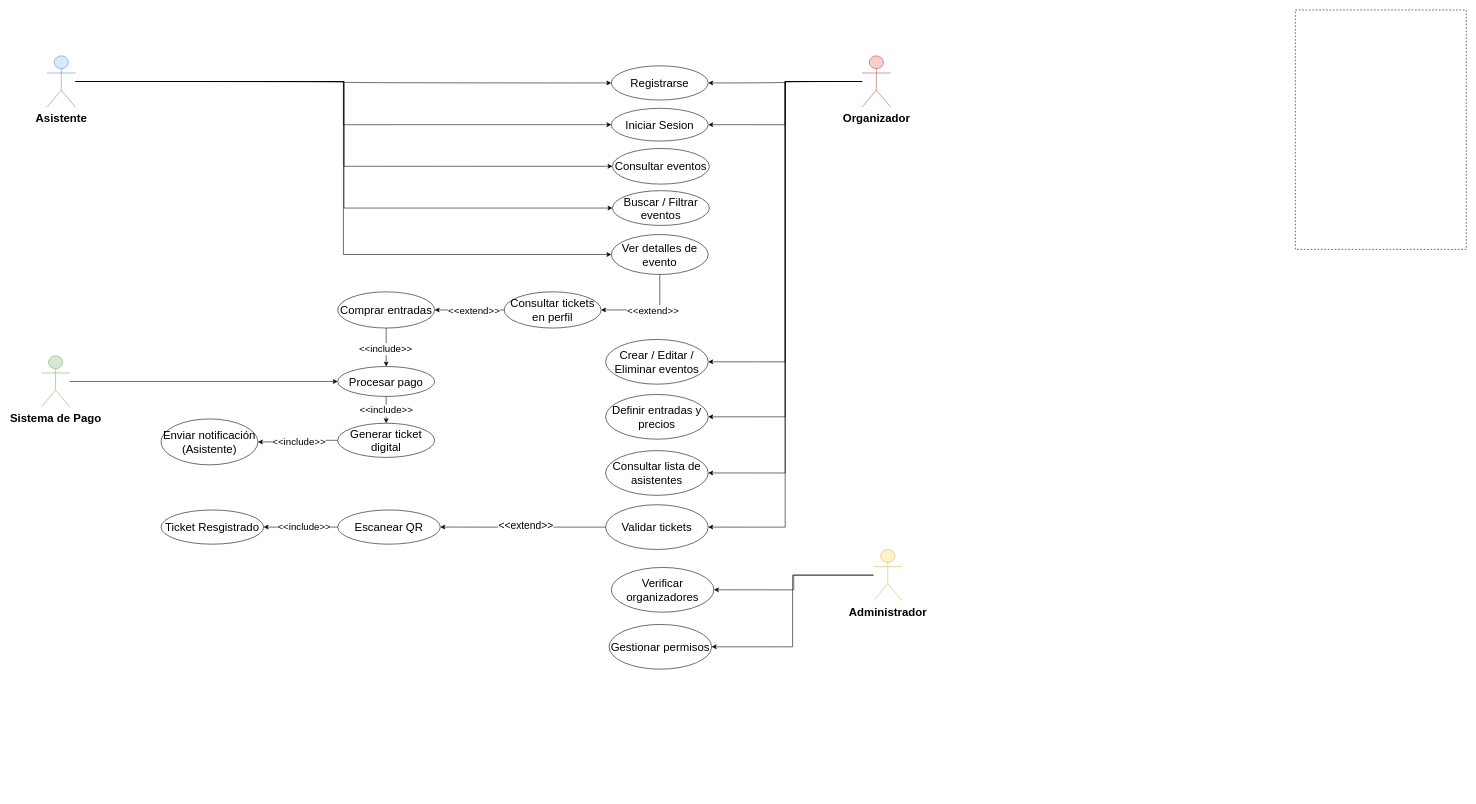
Asnarck7/Diagramas keeps this draw.io diagram as Diagrama_caso_usoPUMFEST.drawio. Above is the earlier version. Source tidied: cells renumbered, new cells numbered last; positions are measured from the earlier drawing's top-left corner, leaving out a move shared by most shapes. Both pictures are drawn from the tidied source at 57%, with x=0, y=0 at pixel (41, 10).
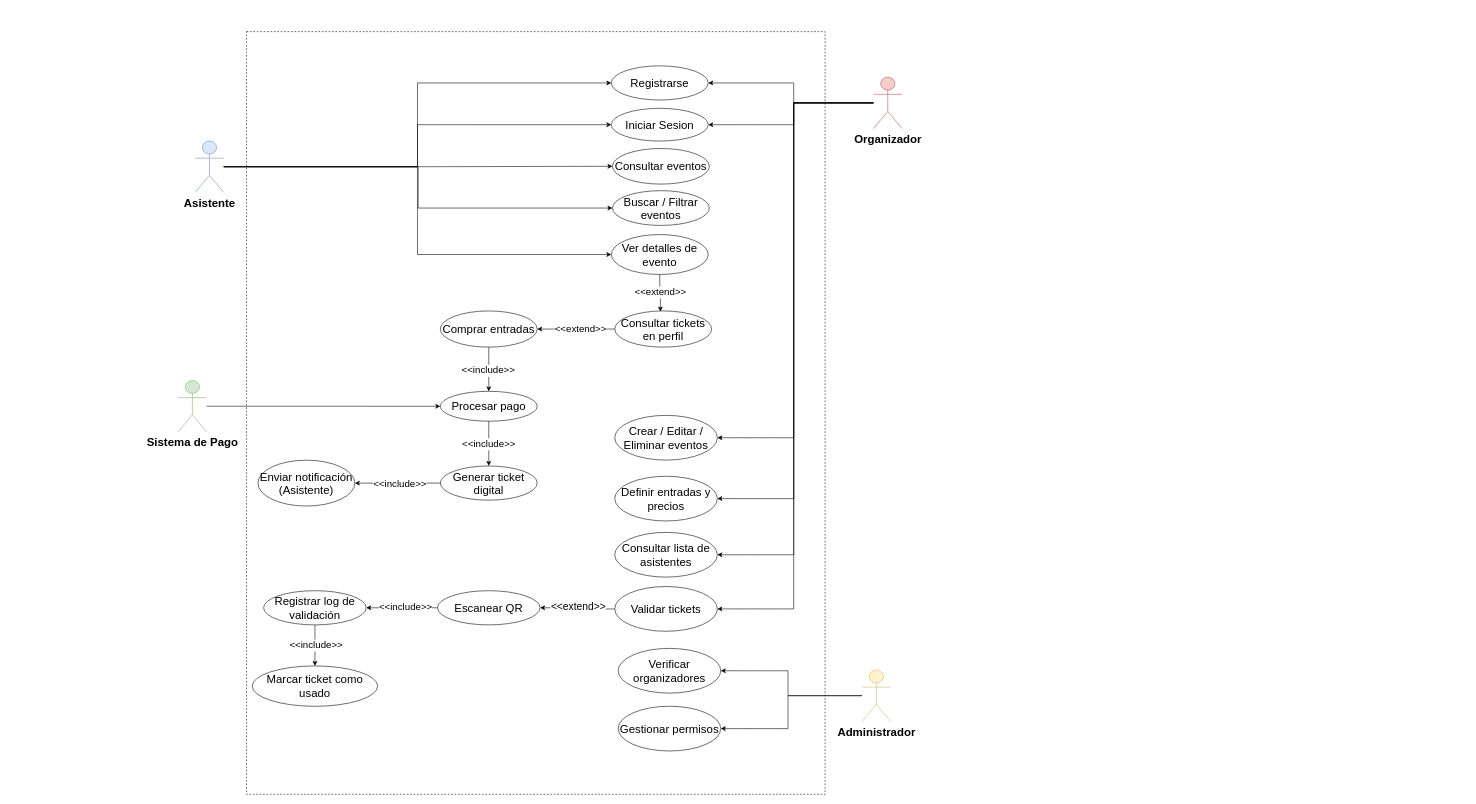
After the change.

The change refers to these unchanged cells:
```xml
<mxCell id="18" value="&lt;font style=&quot;font-size: 20px;&quot;&gt;Registrarse&lt;/font&gt;" style="ellipse;whiteSpace=wrap;html=1;fillColor=none;" parent="1" vertex="1">
  <mxGeometry x="1000" y="98" width="170" height="60" as="geometry" />
</mxCell>
<mxCell id="19" value="&lt;font style=&quot;font-size: 20px;&quot;&gt;Iniciar Sesion&lt;/font&gt;" style="ellipse;whiteSpace=wrap;html=1;fillColor=none;" parent="1" vertex="1">
  <mxGeometry x="1000" y="172.5" width="170" height="57.5" as="geometry" />
</mxCell>
<mxCell id="24" value="&lt;font&gt;Ver detalles de evento&lt;/font&gt;" style="ellipse;whiteSpace=wrap;html=1;fillColor=none;fontSize=20;" parent="1" vertex="1">
  <mxGeometry x="1000" y="394" width="170" height="70" as="geometry" />
</mxCell>
```

What changed in the source:
```diff
@@
     <mxCell id="2" style="rounded=0;whiteSpace=wrap;html=1;fillColor=none;dashed=1;" parent="1" vertex="1">
-      <mxGeometry x="2200" width="300" height="420" as="geometry" />
+      <mxGeometry x="360" y="38" width="1015" height="1338" as="geometry" />
     </mxCell>
-    <mxCell id="3" style="edgeStyle=orthogonalEdgeStyle;rounded=0;jettySize=auto;html=1;entryX=0;entryY=0.5;entryDx=0;entryDy=0;fontFamily=Helvetica;fontSize=12;fontColor=default;curved=1;" parent="1" edge="1" source="8" target="18">
+    <mxCell id="3" style="edgeStyle=orthogonalEdgeStyle;rounded=0;jettySize=auto;html=1;entryX=0;entryY=0.5;entryDx=0;entryDy=0;fontFamily=Helvetica;fontSize=12;fontColor=default;" parent="1" edge="1" source="8" target="18">
       <mxGeometry relative="1" as="geometry" />
     </mxCell>
@@
     <mxCell id="8" value="&lt;font style=&quot;font-size: 20px;&quot;&gt;Asistente&lt;/font&gt;" style="shape=umlActor;verticalLabelPosition=bottom;verticalAlign=top;html=1;outlineConnect=0;fillColor=#dae8fc;strokeColor=#6c8ebf;fontStyle=1;" parent="1" vertex="1">
-      <mxGeometry x="10" y="80.5" width="50" height="90" as="geometry" />
+      <mxGeometry x="270" y="230" width="50" height="90" as="geometry" />
     </mxCell>
-    <mxCell id="9" style="edgeStyle=orthogonalEdgeStyle;rounded=0;jettySize=auto;html=1;entryX=1;entryY=0.5;entryDx=0;entryDy=0;fontFamily=Helvetica;fontSize=12;fontColor=default;curved=1;" parent="1" edge="1" source="15" target="18">
-      <mxGeometry relative="1" as="geometry" />
+    <mxCell id="9" style="edgeStyle=orthogonalEdgeStyle;rounded=0;jettySize=auto;html=1;entryX=1;entryY=0.5;entryDx=0;entryDy=0;fontFamily=Helvetica;fontSize=12;fontColor=default;" parent="1" edge="1" source="15" target="18">
+      <mxGeometry relative="1" as="geometry">
+        <Array as="points">
+          <mxPoint x="1320" y="163" />
+          <mxPoint x="1320" y="128" />
+        </Array>
+      </mxGeometry>
     </mxCell>
     <mxCell id="10" style="edgeStyle=orthogonalEdgeStyle;rounded=0;jettySize=auto;html=1;entryX=1;entryY=0.5;entryDx=0;entryDy=0;fontFamily=Helvetica;fontSize=12;fontColor=default;" parent="1" edge="1" source="15" target="19">
-      <mxGeometry relative="1" as="geometry" />
+      <mxGeometry relative="1" as="geometry">
+        <Array as="points">
+          <mxPoint x="1320" y="163" />
+          <mxPoint x="1320" y="201" />
+        </Array>
+      </mxGeometry>
     </mxCell>
     <mxCell id="11" style="edgeStyle=orthogonalEdgeStyle;rounded=0;jettySize=auto;html=1;entryX=1;entryY=0.5;entryDx=0;entryDy=0;fontFamily=Helvetica;fontSize=12;fontColor=default;" parent="1" edge="1" source="15" target="38">
-      <mxGeometry relative="1" as="geometry" />
+      <mxGeometry relative="1" as="geometry">
+        <Array as="points">
+          <mxPoint x="1320" y="163" />
+          <mxPoint x="1320" y="751" />
+        </Array>
+      </mxGeometry>
     </mxCell>
-    <mxCell id="12" style="edgeStyle=orthogonalEdgeStyle;rounded=0;jettySize=auto;html=1;fontFamily=Helvetica;fontSize=12;fontColor=default;entryX=1;entryY=0.5;entryDx=0;entryDy=0;" parent="1" edge="1" source="15" target="39">
-      <mxGeometry relative="1" as="geometry" />
+    <mxCell id="12" style="edgeStyle=orthogonalEdgeStyle;rounded=0;jettySize=auto;html=1;entryX=1;entryY=0.5;entryDx=0;entryDy=0;fontFamily=Helvetica;fontSize=12;fontColor=default;" parent="1" edge="1" source="15" target="39">
+      <mxGeometry relative="1" as="geometry">
+        <Array as="points">
+          <mxPoint x="1320" y="163" />
+          <mxPoint x="1320" y="857" />
+        </Array>
+      </mxGeometry>
     </mxCell>
     <mxCell id="13" style="edgeStyle=orthogonalEdgeStyle;rounded=0;jettySize=auto;html=1;entryX=1;entryY=0.5;entryDx=0;entryDy=0;fontFamily=Helvetica;fontSize=12;fontColor=default;" parent="1" edge="1" source="15" target="40">
-      <mxGeometry relative="1" as="geometry" />
+      <mxGeometry relative="1" as="geometry">
+        <Array as="points">
+          <mxPoint x="1320" y="163" />
+          <mxPoint x="1320" y="956" />
+        </Array>
+      </mxGeometry>
     </mxCell>
     <mxCell id="14" style="edgeStyle=orthogonalEdgeStyle;rounded=0;jettySize=auto;html=1;entryX=1;entryY=0.5;entryDx=0;entryDy=0;fontFamily=Helvetica;fontSize=12;fontColor=default;" parent="1" edge="1" source="15" target="43">
-      <mxGeometry relative="1" as="geometry" />
+      <mxGeometry relative="1" as="geometry">
+        <Array as="points">
+          <mxPoint x="1320" y="163" />
+          <mxPoint x="1320" y="1051" />
+        </Array>
+      </mxGeometry>
     </mxCell>
     <mxCell id="15" value="&lt;font style=&quot;font-size: 20px;&quot;&gt;Organizador&lt;/font&gt;" style="shape=umlActor;verticalLabelPosition=bottom;verticalAlign=top;html=1;outlineConnect=0;fontStyle=1;fillColor=#f8cecc;strokeColor=#b85450;" parent="1" vertex="1">
-      <mxGeometry x="1440" y="80.5" width="50" height="90" as="geometry" />
+      <mxGeometry x="1460" y="118" width="50" height="90" as="geometry" />
     </mxCell>
@@
     <mxCell id="17" value="&lt;font&gt;Sistema de Pago&lt;/font&gt;" style="shape=umlActor;verticalLabelPosition=bottom;verticalAlign=top;html=1;outlineConnect=0;fontStyle=1;fontSize=20;fillColor=#d5e8d4;strokeColor=#82b366;" parent="1" vertex="1">
-      <mxGeometry y="606.8" width="50" height="90" as="geometry" />
+      <mxGeometry x="240" y="650.2" width="50" height="90" as="geometry" />
     </mxCell>
@@
-    <mxCell id="22" style="edgeStyle=orthogonalEdgeStyle;rounded=0;jettySize=auto;html=1;entryX=1;entryY=0.5;entryDx=0;entryDy=0;fontFamily=Helvetica;fontSize=20;fontColor=default;exitX=0.5;exitY=1;exitDx=0;exitDy=0;" parent="1" edge="1" source="24" target="30">
+    <mxCell id="22" style="edgeStyle=orthogonalEdgeStyle;rounded=0;jettySize=auto;html=1;entryX=0.471;entryY=0.018;entryDx=0;entryDy=0;fontFamily=Helvetica;fontSize=20;fontColor=default;exitX=0.5;exitY=1;exitDx=0;exitDy=0;entryPerimeter=0;" parent="1" edge="1" source="24" target="30">
       <mxGeometry relative="1" as="geometry" />
     </mxCell>
@@
     <mxCell id="27" value="&lt;font&gt;Comprar entradas&lt;/font&gt;" style="ellipse;whiteSpace=wrap;html=1;fillColor=none;fontSize=20;" parent="1" vertex="1">
-      <mxGeometry x="520" y="494.5" width="170" height="63.5" as="geometry" />
+      <mxGeometry x="700" y="528" width="170" height="63.5" as="geometry" />
     </mxCell>
@@
     <mxCell id="30" value="&lt;font&gt;Consultar tickets en perfil&lt;/font&gt;" style="ellipse;whiteSpace=wrap;html=1;fillColor=none;fontSize=20;" parent="1" vertex="1">
-      <mxGeometry x="812" y="494.5" width="170" height="63.5" as="geometry" />
+      <mxGeometry x="1006" y="528" width="170" height="63.5" as="geometry" />
     </mxCell>
@@
     <mxCell id="33" value="&lt;font&gt;Generar ticket digital&lt;/font&gt;" style="ellipse;whiteSpace=wrap;html=1;fillColor=none;fontSize=20;" parent="1" vertex="1">
-      <mxGeometry x="520" y="725" width="170" height="60" as="geometry" />
+      <mxGeometry x="700" y="800" width="170" height="60" as="geometry" />
     </mxCell>
     <mxCell id="34" value="&lt;font&gt;Enviar notificación&lt;/font&gt;&lt;div&gt;&lt;font&gt;(Asistente)&lt;/font&gt;&lt;/div&gt;" style="ellipse;whiteSpace=wrap;html=1;fillColor=none;fontSize=20;" parent="1" vertex="1">
-      <mxGeometry x="210" y="717.5" width="170" height="80.5" as="geometry" />
+      <mxGeometry x="380" y="789.8" width="170" height="80.5" as="geometry" />
     </mxCell>
@@
     <mxCell id="37" value="&lt;font&gt;Procesar pago&lt;/font&gt;" style="ellipse;whiteSpace=wrap;html=1;fillColor=none;fontSize=20;" parent="1" vertex="1">
-      <mxGeometry x="520" y="625.5" width="170" height="52.5" as="geometry" />
+      <mxGeometry x="700" y="669" width="170" height="52.5" as="geometry" />
     </mxCell>
     <mxCell id="38" value="&lt;font&gt;Crear / Editar / Eliminar eventos&lt;/font&gt;" style="ellipse;whiteSpace=wrap;html=1;fillColor=none;fontSize=20;" parent="1" vertex="1">
-      <mxGeometry x="990" y="578" width="180" height="78.5" as="geometry" />
+      <mxGeometry x="1006" y="711.2" width="180" height="78.5" as="geometry" />
     </mxCell>
     <mxCell id="39" value="&lt;font&gt;Definir entradas y precios&lt;/font&gt;" style="ellipse;whiteSpace=wrap;html=1;fillColor=none;fontSize=20;" parent="1" vertex="1">
-      <mxGeometry x="990" y="674.5" width="180" height="78.5" as="geometry" />
+      <mxGeometry x="1006" y="818" width="180" height="78.5" as="geometry" />
     </mxCell>
     <mxCell id="40" value="&lt;font&gt;Consultar lista de asistentes&lt;/font&gt;" style="ellipse;whiteSpace=wrap;html=1;fillColor=none;fontSize=20;" parent="1" vertex="1">
-      <mxGeometry x="990" y="773" width="180" height="78.5" as="geometry" />
+      <mxGeometry x="1006" y="916.5" width="180" height="78.5" as="geometry" />
     </mxCell>
-    <mxCell id="41" style="edgeStyle=orthogonalEdgeStyle;rounded=0;jettySize=auto;html=1;fontFamily=Helvetica;fontSize=20;fontColor=default;" parent="1" edge="1" source="43" target="46">
+    <mxCell id="41" style="edgeStyle=orthogonalEdgeStyle;rounded=0;jettySize=auto;html=1;fontFamily=Helvetica;fontSize=20;fontColor=default;entryX=1;entryY=0.5;entryDx=0;entryDy=0;" parent="1" edge="1" source="43" target="46">
       <mxGeometry relative="1" as="geometry" />
     </mxCell>
@@
     <mxCell id="43" value="&lt;font&gt;Validar tickets&lt;/font&gt;" style="ellipse;whiteSpace=wrap;html=1;fillColor=none;fontSize=20;" parent="1" vertex="1">
-      <mxGeometry x="990" y="868" width="180" height="78.5" as="geometry" />
+      <mxGeometry x="1006" y="1011.5" width="180" height="78.5" as="geometry" />
     </mxCell>
@@
     <mxCell id="46" value="&lt;font&gt;Escanear QR&lt;/font&gt;" style="ellipse;whiteSpace=wrap;html=1;fillColor=none;fontSize=20;" parent="1" vertex="1">
-      <mxGeometry x="520" y="877.2" width="180" height="60" as="geometry" />
+      <mxGeometry x="695" y="1018.8" width="180" height="60" as="geometry" />
     </mxCell>
     <mxCell id="47" value="&lt;font&gt;Verificar organizadores&lt;/font&gt;" style="ellipse;whiteSpace=wrap;html=1;fillColor=none;fontSize=20;" parent="1" vertex="1">
-      <mxGeometry x="1000" y="978" width="180" height="78.5" as="geometry" />
+      <mxGeometry x="1012" y="1120" width="180" height="78.5" as="geometry" />
     </mxCell>
     <mxCell id="48" value="&lt;font&gt;Gestionar permisos&lt;/font&gt;" style="ellipse;whiteSpace=wrap;html=1;fillColor=none;fontSize=20;" parent="1" vertex="1">
-      <mxGeometry x="996" y="1078" width="180" height="78.5" as="geometry" />
+      <mxGeometry x="1012" y="1221.5" width="180" height="78.5" as="geometry" />
     </mxCell>
+    <mxCell id="50" style="edgeStyle=orthogonalEdgeStyle;rounded=0;jettySize=auto;html=1;entryX=1;entryY=0.5;entryDx=0;entryDy=0;fontFamily=Helvetica;fontSize=12;fontColor=default;" parent="1" edge="1" source="51" target="48">
+      <mxGeometry relative="1" as="geometry">
+        <Array as="points">
+          <mxPoint x="1310" y="1203" />
+          <mxPoint x="1310" y="1261" />
+        </Array>
+      </mxGeometry>
+    </mxCell>
     <mxCell id="49" style="edgeStyle=orthogonalEdgeStyle;rounded=0;jettySize=auto;html=1;entryX=1;entryY=0.5;entryDx=0;entryDy=0;fontFamily=Helvetica;fontSize=12;fontColor=default;" parent="1" edge="1" source="51" target="47">
-      <mxGeometry relative="1" as="geometry" />
+      <mxGeometry relative="1" as="geometry">
+        <Array as="points">
+          <mxPoint x="1310" y="1203" />
+          <mxPoint x="1310" y="1159" />
+        </Array>
+      </mxGeometry>
     </mxCell>
-    <mxCell id="50" style="edgeStyle=orthogonalEdgeStyle;rounded=0;jettySize=auto;html=1;entryX=1;entryY=0.5;entryDx=0;entryDy=0;fontFamily=Helvetica;fontSize=12;fontColor=default;" parent="1" edge="1" source="51" target="48">
-      <mxGeometry relative="1" as="geometry" />
-    </mxCell>
     <mxCell id="51" value="&lt;font style=&quot;font-size: 20px;&quot;&gt;Administrador&lt;/font&gt;" style="shape=umlActor;verticalLabelPosition=bottom;verticalAlign=top;html=1;outlineConnect=0;fontStyle=1;fillColor=#fff2cc;strokeColor=#d6b656;" parent="1" vertex="1">
-      <mxGeometry x="1460" y="946.5" width="50" height="90" as="geometry" />
+      <mxGeometry x="1440" y="1158" width="50" height="90" as="geometry" />
     </mxCell>
+    <mxCell id="53" style="edgeStyle=orthogonalEdgeStyle;rounded=0;jettySize=auto;html=1;fontFamily=Helvetica;fontSize=12;fontColor=default;" parent="1" edge="1" source="52" target="55">
+      <mxGeometry relative="1" as="geometry" />
+    </mxCell>
+    <mxCell id="54" value="&lt;span style=&quot;font-size: 17px;&quot;&gt;&amp;lt;&amp;lt;include&amp;gt;&amp;gt;&lt;/span&gt;" style="edgeLabel;html=1;align=center;verticalAlign=middle;strokeColor=default;fontFamily=Helvetica;fontSize=12;fontColor=default;fillColor=default;" parent="53" vertex="1">
+      <mxGeometry x="-0.01" y="1" relative="1" as="geometry" />
+    </mxCell>
-    <mxCell id="52" value="Ticket Resgistrado" style="ellipse;whiteSpace=wrap;html=1;fillColor=none;fontSize=20;" parent="1" vertex="1">
-      <mxGeometry x="210" y="877.2" width="180" height="60" as="geometry" />
+    <mxCell id="52" value="Registrar log de validación" style="ellipse;whiteSpace=wrap;html=1;fillColor=none;fontSize=20;" parent="1" vertex="1">
+      <mxGeometry x="390" y="1018.8" width="180" height="60" as="geometry" />
     </mxCell>
+    <mxCell id="55" value="Marcar ticket como usado" style="ellipse;whiteSpace=wrap;html=1;fillColor=none;fontSize=20;" parent="1" vertex="1">
+      <mxGeometry x="370" y="1150.8" width="220" height="70.8" as="geometry" />
+    </mxCell>
```
